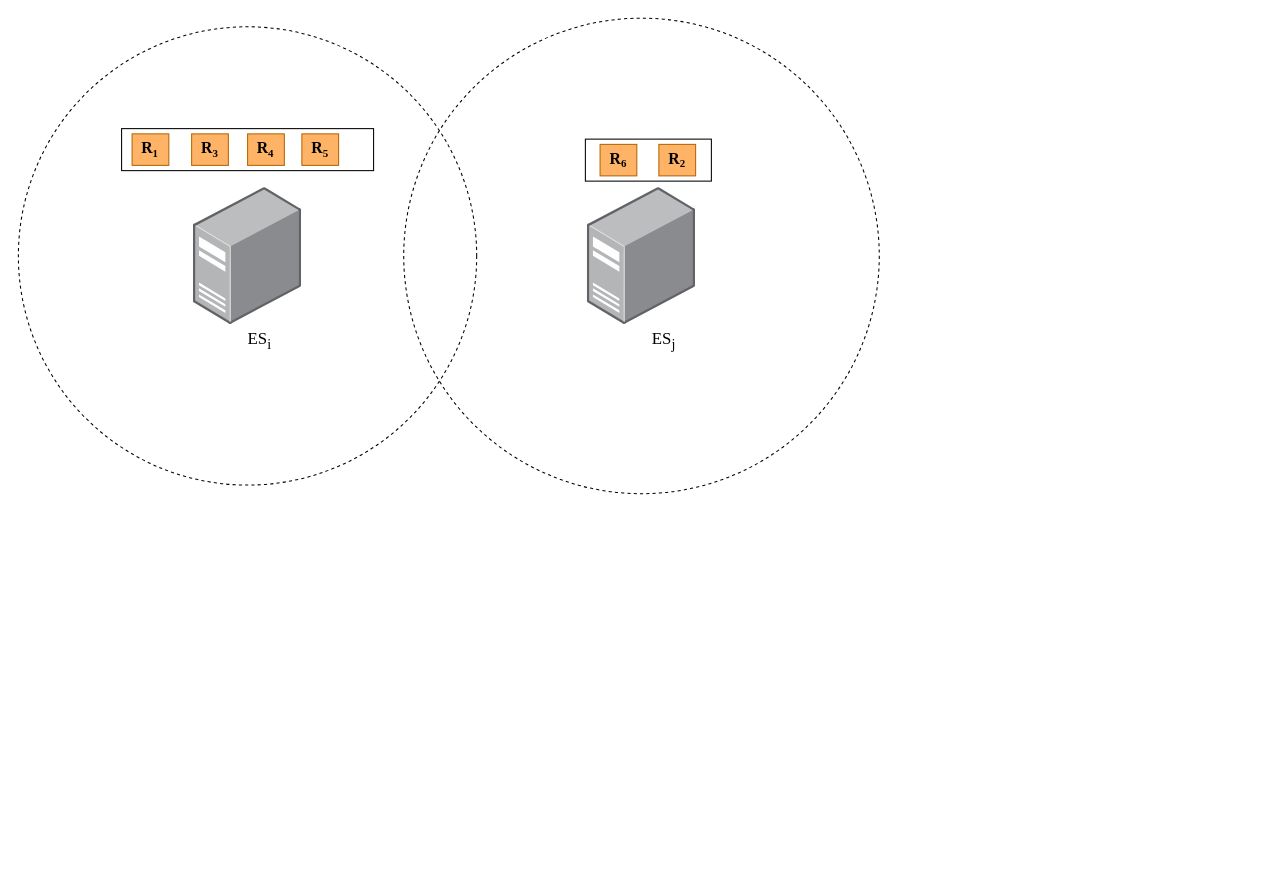
The draw.io diagram 未命名绘图.drawio in DCLe-DA/Learning-DL-by-Hand, before the edit. Source tidied: cells renumbered, new cells numbered last; positions are measured from the earlier drawing's top-left corner, leaving out a move shared by most shapes. Both pictures are drawn from the tidied source at 105%, with x=0, y=0 at pixel (18, 18).
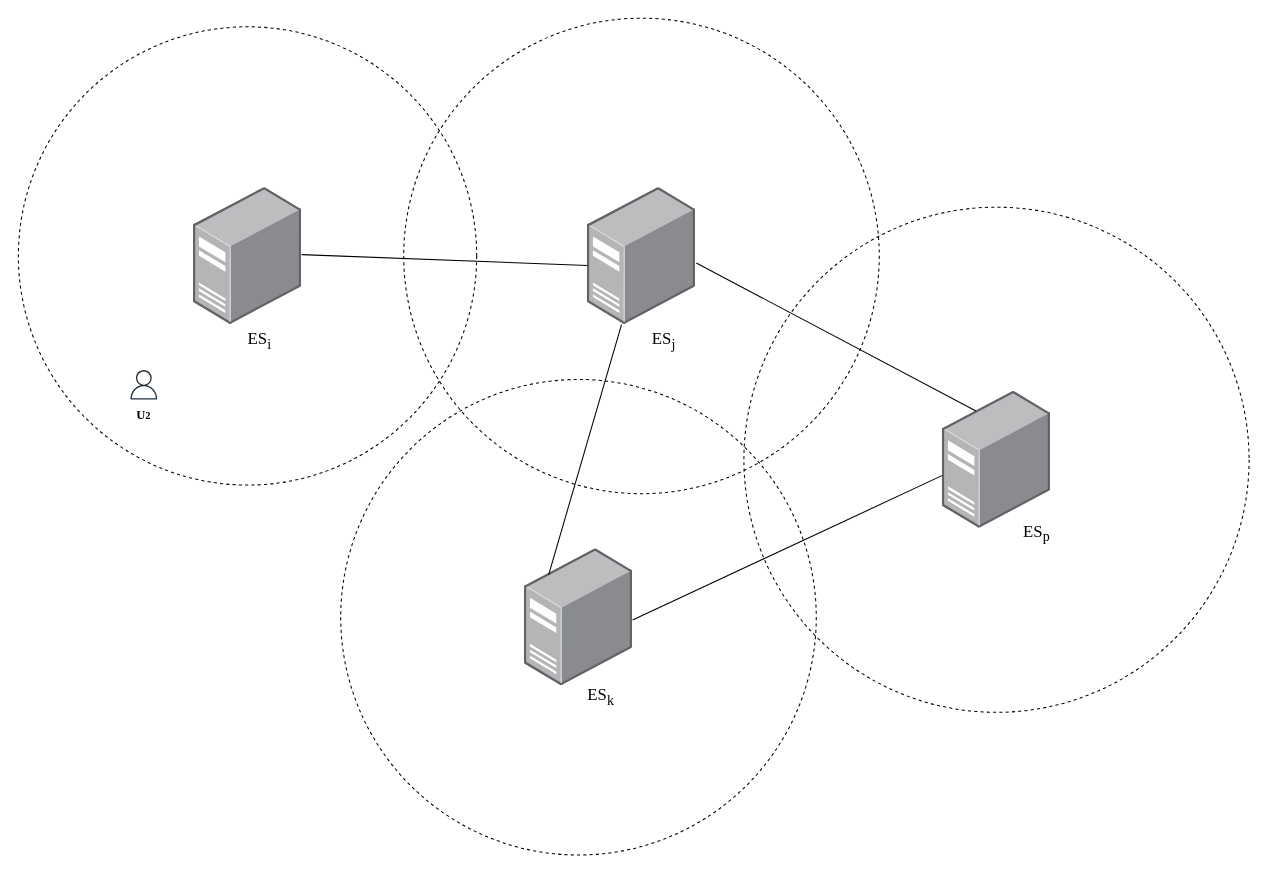
The same page after the edit.

Commit message:
更新未命名绘图.drawio

The change refers to these unchanged cells:
```xml
<mxCell id="5" style="image;points=[];html=1;align=center;shadow=0;dashed=0;image=img/lib/allied_telesis/computer_and_terminals/Server_Desktop.svg;" parent="1" vertex="1">
  <mxGeometry x="541.9" y="160.9" width="103.1" height="130.7" as="geometry" />
</mxCell>
```

What changed in the source:
```diff
@@
-    <mxCell id="6" style="group;" parent="1" vertex="1">
-      <mxGeometry x="98.3" y="105" width="240" height="40" as="geometry" />
-    </mxCell>
-    <mxCell id="7" style="group;" parent="6" vertex="1">
-      <mxGeometry width="240" height="40" as="geometry" />
-    </mxCell>
-    <mxCell id="8" style="rounded=0;whiteSpace=wrap;html=1;" parent="7" vertex="1">
-      <mxGeometry width="240" height="40" as="geometry" />
-    </mxCell>
-    <mxCell id="9" value="&lt;font face=&quot;Times New Roman&quot; style=&quot;&quot;&gt;&lt;b style=&quot;font-size: 15px;&quot;&gt;R&lt;/b&gt;&lt;b style=&quot;font-size: 12.5px;&quot;&gt;&lt;sub&gt;3&lt;/sub&gt;&lt;/b&gt;&lt;/font&gt;" style="text;strokeColor=#b46504;align=center;fillColor=#FFB366;html=1;verticalAlign=middle;whiteSpace=wrap;rounded=0;" parent="7" vertex="1">
-      <mxGeometry x="66.7" y="5" width="35" height="30" as="geometry" />
-    </mxCell>
-    <mxCell id="10" value="&lt;font face=&quot;Times New Roman&quot; style=&quot;&quot;&gt;&lt;b style=&quot;font-size: 15px;&quot;&gt;R&lt;/b&gt;&lt;b style=&quot;font-size: 12.5px;&quot;&gt;&lt;sub&gt;1&lt;/sub&gt;&lt;/b&gt;&lt;/font&gt;" style="text;strokeColor=#b46504;align=center;fillColor=#FFB366;html=1;verticalAlign=middle;whiteSpace=wrap;rounded=0;" parent="7" vertex="1">
-      <mxGeometry x="10" y="5" width="35" height="30" as="geometry" />
-    </mxCell>
-    <mxCell id="11" value="&lt;font face=&quot;Times New Roman&quot; style=&quot;&quot;&gt;&lt;b style=&quot;font-size: 15px;&quot;&gt;R&lt;/b&gt;&lt;b style=&quot;font-size: 12.5px;&quot;&gt;&lt;sub&gt;4&lt;/sub&gt;&lt;/b&gt;&lt;/font&gt;" style="text;strokeColor=#b46504;align=center;fillColor=#FFB366;html=1;verticalAlign=middle;whiteSpace=wrap;rounded=0;" parent="7" vertex="1">
-      <mxGeometry x="120" y="5" width="35" height="30" as="geometry" />
-    </mxCell>
-    <mxCell id="12" value="&lt;font face=&quot;Times New Roman&quot; style=&quot;&quot;&gt;&lt;b style=&quot;font-size: 15px;&quot;&gt;R&lt;/b&gt;&lt;b style=&quot;font-size: 12.5px;&quot;&gt;&lt;sub&gt;5&lt;/sub&gt;&lt;/b&gt;&lt;/font&gt;" style="text;strokeColor=#b46504;align=center;fillColor=#FFB366;html=1;verticalAlign=middle;whiteSpace=wrap;rounded=0;" parent="7" vertex="1">
-      <mxGeometry x="171.7" y="5" width="35" height="30" as="geometry" />
-    </mxCell>
-    <mxCell id="13" style="group;" parent="1" vertex="1">
-      <mxGeometry x="420" y="115" width="240" height="40" as="geometry" />
-    </mxCell>
-    <mxCell id="14" style="group;" parent="13" vertex="1">
-      <mxGeometry width="240" height="40" as="geometry" />
-    </mxCell>
-    <mxCell id="15" style="rounded=0;whiteSpace=wrap;html=1;" parent="14" vertex="1">
-      <mxGeometry x="120" width="120" height="40" as="geometry" />
-    </mxCell>
-    <mxCell id="16" value="&lt;font face=&quot;Times New Roman&quot; style=&quot;&quot;&gt;&lt;b style=&quot;font-size: 15px;&quot;&gt;R&lt;/b&gt;&lt;b style=&quot;font-size: 12.5px;&quot;&gt;&lt;sub&gt;2&lt;/sub&gt;&lt;/b&gt;&lt;/font&gt;" style="text;strokeColor=#b46504;align=center;fillColor=#FFB366;html=1;verticalAlign=middle;whiteSpace=wrap;rounded=0;" parent="14" vertex="1">
-      <mxGeometry x="190" y="5" width="35" height="30" as="geometry" />
-    </mxCell>
-    <mxCell id="17" value="&lt;font face=&quot;Times New Roman&quot; style=&quot;&quot;&gt;&lt;b style=&quot;font-size: 15px;&quot;&gt;R&lt;/b&gt;&lt;b style=&quot;font-size: 12.5px;&quot;&gt;&lt;sub&gt;6&lt;/sub&gt;&lt;/b&gt;&lt;/font&gt;" style="text;strokeColor=#b46504;align=center;fillColor=#FFB366;html=1;verticalAlign=middle;whiteSpace=wrap;rounded=0;" parent="14" vertex="1">
-      <mxGeometry x="134" y="5" width="35" height="30" as="geometry" />
-    </mxCell>
@@
+    <mxCell id="20" style="image;html=1;align=center;shadow=0;dashed=0;image=img/lib/allied_telesis/computer_and_terminals/Server_Desktop.svg;" parent="1" vertex="1">
+      <mxGeometry x="481.9" y="505" width="103.1" height="130.7" as="geometry" />
+    </mxCell>
+    <mxCell id="21" style="ellipse;whiteSpace=wrap;html=1;fillColor=none;dashed=1;" parent="1" vertex="1">
+      <mxGeometry x="307" y="343.9" width="452.9" height="452.9" as="geometry" />
+    </mxCell>
+    <mxCell id="22" style="endArrow=none;html=1;rounded=0;entryX=0.001;entryY=0.569;entryDx=0;entryDy=0;entryPerimeter=0;" parent="1" edge="1" target="5">
+      <mxGeometry relative="1" as="geometry">
+        <mxPoint x="269.8" y="225" as="sourcePoint" />
+      </mxGeometry>
+    </mxCell>
+    <mxCell id="23" style="endArrow=none;html=1;rounded=0;" parent="1" edge="1" target="5">
+      <mxGeometry relative="1" as="geometry">
+        <mxPoint x="505" y="530" as="sourcePoint" />
+      </mxGeometry>
+    </mxCell>
+    <mxCell id="24" style="image;html=1;align=center;shadow=0;dashed=0;image=img/lib/allied_telesis/computer_and_terminals/Server_Desktop.svg;" parent="1" vertex="1">
+      <mxGeometry x="880" y="355" width="103.1" height="130.7" as="geometry" />
+    </mxCell>
+    <mxCell id="25" style="ellipse;whiteSpace=wrap;html=1;fillColor=none;dashed=1;" parent="1" vertex="1">
+      <mxGeometry x="691" y="179.8" width="481.1" height="481.1" as="geometry" />
+    </mxCell>
+    <mxCell id="26" style="endArrow=none;html=1;rounded=0;entryX=0.393;entryY=0.531;entryDx=0;entryDy=0;entryPerimeter=0;" parent="1" edge="1" target="25">
+      <mxGeometry relative="1" as="geometry">
+        <mxPoint x="585" y="573" as="sourcePoint" />
+      </mxGeometry>
+    </mxCell>
+    <mxCell id="27" style="endArrow=none;html=1;rounded=0;exitX=1.006;exitY=0.551;exitDx=0;exitDy=0;exitPerimeter=0;" parent="1" edge="1" source="5">
+      <mxGeometry relative="1" as="geometry">
+        <mxPoint x="912" y="374" as="targetPoint" />
+      </mxGeometry>
+    </mxCell>
+    <mxCell id="28" value="&lt;font style=&quot;font-size: 16px;&quot; face=&quot;Times New Roman&quot;&gt;ES&lt;sub&gt;k&lt;/sub&gt;&lt;/font&gt;" style="text;strokeColor=none;align=center;fillColor=none;html=1;verticalAlign=middle;whiteSpace=wrap;rounded=0;" parent="1" vertex="1">
+      <mxGeometry x="525" y="630.9" width="60" height="30" as="geometry" />
+    </mxCell>
+    <mxCell id="29" value="&lt;font style=&quot;font-size: 16px;&quot; face=&quot;Times New Roman&quot;&gt;ES&lt;sub&gt;p&lt;/sub&gt;&lt;/font&gt;" style="text;strokeColor=none;align=center;fillColor=none;html=1;verticalAlign=middle;whiteSpace=wrap;rounded=0;" parent="1" vertex="1">
+      <mxGeometry x="940" y="475" width="60" height="30" as="geometry" />
+    </mxCell>
+    <mxCell id="30" style="group;" parent="1" vertex="1">
+      <mxGeometry x="100" y="335" width="39" height="58" as="geometry" />
+    </mxCell>
+    <mxCell id="31" style="sketch=0;fontColor=#232F3E;gradientColor=none;fillColor=#232F3D;strokeColor=none;dashed=0;verticalLabelPosition=bottom;verticalAlign=top;align=center;html=1;fontSize=12;fontStyle=0;shape=mxgraph.aws4.user;" parent="30" vertex="1">
+      <mxGeometry x="5.5" width="28" height="28" as="geometry" />
+    </mxCell>
+    <mxCell id="32" value="&lt;font face=&quot;Times New Roman&quot; style=&quot;&quot;&gt;&lt;b style=&quot;&quot;&gt;U&lt;span style=&quot;font-size: 10px;&quot;&gt;2&lt;/span&gt;&lt;/b&gt;&lt;/font&gt;" style="text;strokeColor=none;align=center;fillColor=none;html=1;verticalAlign=middle;whiteSpace=wrap;rounded=0;" parent="30" vertex="1">
+      <mxGeometry y="28" width="39" height="30" as="geometry" />
+    </mxCell>
```
